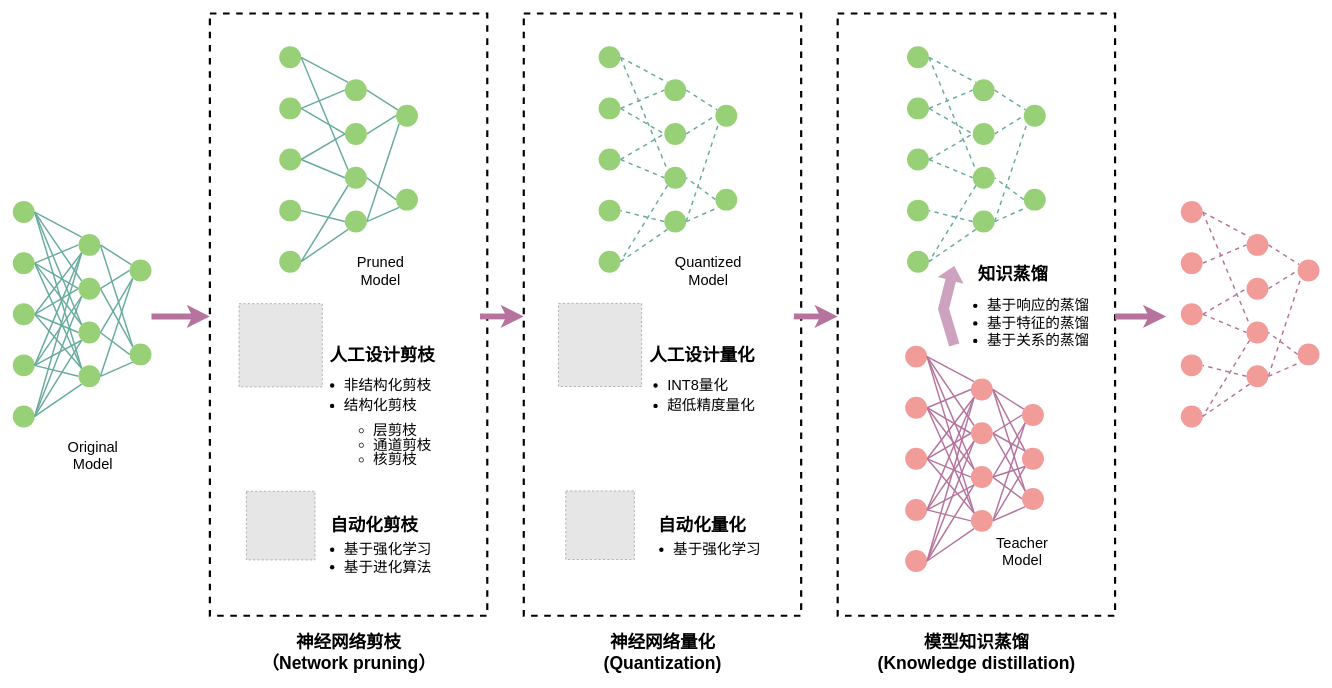
Earlier version of the draw.io diagram compression.drawio (lsq4747/img). Source tidied: cells renumbered, new cells numbered last; positions are measured from the earlier drawing's top-left corner, leaving out a move shared by most shapes. Both pictures are drawn from the tidied source at 73%, with x=0, y=0 at pixel (12, 13). Pictures stored in the file or linked from it are replaced by grey dashed boxes.
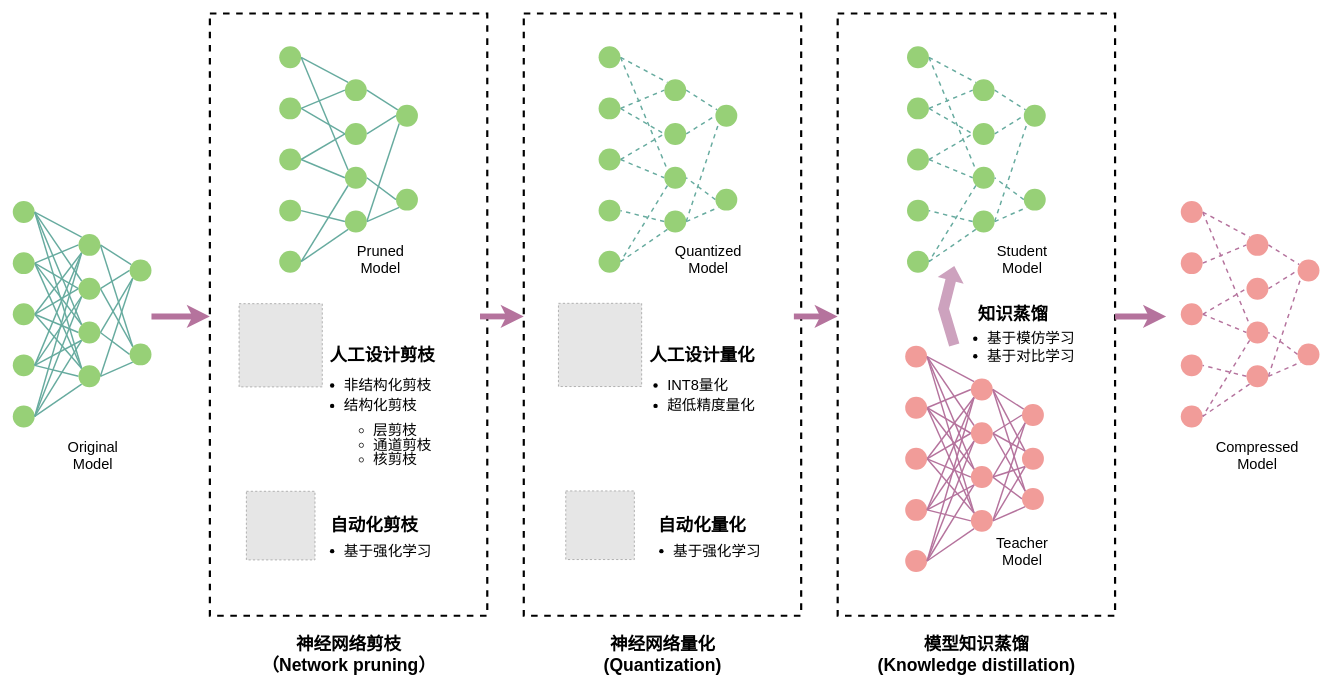
The same page after the edit.

Unchanged cells that the change refers to:
```xml
<mxCell id="190" style="shape=flexArrow;endArrow=classic;html=1;rounded=0;strokeColor=none;strokeWidth=2;fontSize=24;fillColor=#CDA2BE;width=13.6;endSize=6.08;" parent="1" edge="1">
  <mxGeometry relative="1" as="geometry">
    <mxPoint x="1290" y="455" as="sourcePoint" />
    <mxPoint x="1290" y="345" as="targetPoint" />
    <Array as="points">
      <mxPoint x="1275" y="404.5" />
    </Array>
  </mxGeometry>
</mxCell>
```

The edit, as a diff of the source:
```diff
@@
     <mxCell id="3" value="&lt;b&gt;&lt;font style=&quot;font-size: 24px;&quot;&gt;神经网络剪枝（Network pruning）&lt;/font&gt;&lt;/b&gt;" style="text;html=1;strokeColor=none;fillColor=none;align=center;verticalAlign=middle;whiteSpace=wrap;rounded=0;dashed=1;strokeWidth=2;" parent="1" vertex="1">
-      <mxGeometry x="328.8" y="855" width="262.5" height="40" as="geometry" />
+      <mxGeometry x="328.8" y="858" width="262.5" height="40" as="geometry" />
     </mxCell>
     <mxCell id="4" value="&lt;div&gt;&lt;b&gt;&lt;font style=&quot;font-size: 24px;&quot;&gt;神经网络量化&lt;/font&gt;&lt;/b&gt;&lt;/div&gt;&lt;div&gt;&lt;b&gt;&lt;font style=&quot;font-size: 24px;&quot;&gt;(Quantization)&lt;br&gt;&lt;/font&gt;&lt;/b&gt;&lt;/div&gt;" style="text;html=1;strokeColor=none;fillColor=none;align=center;verticalAlign=middle;whiteSpace=wrap;rounded=0;dashed=1;strokeWidth=2;" parent="1" vertex="1">
-      <mxGeometry x="797.5" y="855" width="185" height="40" as="geometry" />
+      <mxGeometry x="797.5" y="858" width="185" height="40" as="geometry" />
     </mxCell>
     <mxCell id="5" value="&lt;div&gt;&lt;b&gt;&lt;font style=&quot;font-size: 24px;&quot;&gt;模型知识蒸馏&lt;/font&gt;&lt;/b&gt;&lt;/div&gt;&lt;div&gt;&lt;b&gt;&lt;font style=&quot;font-size: 24px;&quot;&gt;(Knowledge distillation)&lt;br&gt;&lt;/font&gt;&lt;/b&gt;&lt;/div&gt;" style="text;html=1;strokeColor=none;fillColor=none;align=center;verticalAlign=middle;whiteSpace=wrap;rounded=0;dashed=1;strokeWidth=2;" parent="1" vertex="1">
-      <mxGeometry x="1183.8" y="855" width="272.5" height="40" as="geometry" />
+      <mxGeometry x="1183.8" y="858" width="272.5" height="40" as="geometry" />
     </mxCell>
@@
     <mxCell id="191" value="&lt;b&gt;知识蒸馏&lt;/b&gt;" style="edgeLabel;html=1;align=center;verticalAlign=middle;fontSize=24;labelBackgroundColor=none;" parent="190" vertex="1">
       <mxGeometry x="0.67" y="-2" relative="1" as="geometry">
-        <mxPoint x="82" y="-6" as="offset" />
+        <mxPoint x="82" y="49" as="offset" />
       </mxGeometry>
     </mxCell>
@@
-    <mxCell id="207" value="&lt;p style=&quot;line-height: 70%;&quot;&gt;&lt;/p&gt;&lt;ul&gt;&lt;li&gt;基于强化学习&lt;/li&gt;&lt;li&gt;基于进化算法&lt;/li&gt;&lt;/ul&gt;&lt;p&gt;&lt;/p&gt;" style="text;html=1;strokeColor=none;fillColor=none;spacing=5;spacingTop=-20;whiteSpace=wrap;overflow=hidden;rounded=0;fontSize=20;" parent="1" vertex="1">
-      <mxGeometry x="409" y="711.5" width="190" height="62.8" as="geometry" />
+    <mxCell id="207" value="&lt;p style=&quot;line-height: 70%;&quot;&gt;&lt;/p&gt;&lt;ul&gt;&lt;li&gt;基于强化学习&lt;/li&gt;&lt;/ul&gt;&lt;p&gt;&lt;/p&gt;" style="text;html=1;strokeColor=none;fillColor=none;spacing=5;spacingTop=-20;whiteSpace=wrap;overflow=hidden;rounded=0;fontSize=20;" parent="1" vertex="1">
+      <mxGeometry x="409" y="713.5" width="190" height="62.8" as="geometry" />
     </mxCell>
@@
     <mxCell id="209" value="&lt;p style=&quot;line-height: 70%;&quot;&gt;&lt;/p&gt;&lt;ul&gt;&lt;li&gt;基于强化学习&lt;/li&gt;&lt;/ul&gt;&lt;p&gt;&lt;/p&gt;" style="text;html=1;strokeColor=none;fillColor=none;spacing=5;spacingTop=-20;whiteSpace=wrap;overflow=hidden;rounded=0;fontSize=20;" parent="1" vertex="1">
-      <mxGeometry x="860" y="711.5" width="190" height="62.8" as="geometry" />
+      <mxGeometry x="860" y="713.5" width="190" height="62.8" as="geometry" />
     </mxCell>
-    <mxCell id="210" value="&lt;p style=&quot;line-height: 70%;&quot;&gt;&lt;/p&gt;&lt;ul&gt;&lt;li&gt;基于响应的蒸馏&lt;/li&gt;&lt;li&gt;基于特征的蒸馏&lt;/li&gt;&lt;li&gt;基于关系的蒸馏&lt;br&gt;&lt;/li&gt;&lt;/ul&gt;&lt;p&gt;&lt;/p&gt;" style="text;html=1;strokeColor=none;fillColor=none;spacing=5;spacingTop=-20;whiteSpace=wrap;overflow=hidden;rounded=0;fontSize=20;" parent="1" vertex="1">
-      <mxGeometry x="1290" y="377.5" width="190" height="104.5" as="geometry" />
+    <mxCell id="210" value="&lt;p style=&quot;line-height: 70%;&quot;&gt;&lt;/p&gt;&lt;ul&gt;&lt;li&gt;基于模仿学习&lt;/li&gt;&lt;li&gt;基于对比学习&lt;/li&gt;&lt;/ul&gt;&lt;p&gt;&lt;/p&gt;" style="text;html=1;strokeColor=none;fillColor=none;spacing=5;spacingTop=-20;whiteSpace=wrap;overflow=hidden;rounded=0;fontSize=20;" parent="1" vertex="1">
+      <mxGeometry x="1290" y="422.5" width="190" height="104.5" as="geometry" />
     </mxCell>
     <mxCell id="211" value="&lt;div&gt;&lt;font style=&quot;font-size: 20px;&quot;&gt;Pruned Model&lt;/font&gt;&lt;br&gt;&lt;/div&gt;" style="text;html=1;strokeColor=none;fillColor=none;align=center;verticalAlign=middle;whiteSpace=wrap;rounded=0;" parent="1" vertex="1">
-      <mxGeometry x="474" y="337" width="60" height="30" as="geometry" />
+      <mxGeometry x="474" y="321" width="60" height="30" as="geometry" />
     </mxCell>
     <mxCell id="212" value="&lt;div&gt;&lt;font style=&quot;font-size: 20px;&quot;&gt;Quantized&lt;/font&gt;&lt;/div&gt;&lt;div&gt;&lt;font style=&quot;font-size: 20px;&quot;&gt;Model&lt;/font&gt;&lt;br&gt;&lt;/div&gt;" style="text;html=1;strokeColor=none;fillColor=none;align=center;verticalAlign=middle;whiteSpace=wrap;rounded=0;" parent="1" vertex="1">
-      <mxGeometry x="922.5" y="337" width="60" height="30" as="geometry" />
+      <mxGeometry x="922.5" y="321" width="60" height="30" as="geometry" />
     </mxCell>
+    <mxCell id="213" value="&lt;div&gt;&lt;font style=&quot;font-size: 20px;&quot;&gt;Student&lt;/font&gt;&lt;/div&gt;&lt;div&gt;&lt;font style=&quot;font-size: 20px;&quot;&gt;Model&lt;/font&gt;&lt;br&gt;&lt;/div&gt;" style="text;html=1;strokeColor=none;fillColor=none;align=center;verticalAlign=middle;whiteSpace=wrap;rounded=0;" parent="1" vertex="1">
+      <mxGeometry x="1352.5" y="321" width="60" height="30" as="geometry" />
+    </mxCell>
+    <mxCell id="214" value="&lt;div&gt;&lt;font style=&quot;font-size: 20px;&quot;&gt;Compressed&lt;/font&gt;&lt;/div&gt;&lt;div&gt;&lt;font style=&quot;font-size: 20px;&quot;&gt;Model&lt;br&gt;&lt;/font&gt;&lt;/div&gt;" style="text;html=1;strokeColor=none;fillColor=none;align=center;verticalAlign=middle;whiteSpace=wrap;rounded=0;" parent="1" vertex="1">
+      <mxGeometry x="1675" y="590" width="60" height="30" as="geometry" />
+    </mxCell>
```
